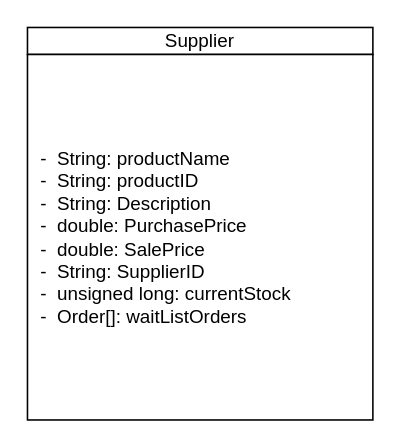
This is Project_1/Class_Diagrams/Supplier Class Diagram.drawio from chrismd2/CSci-430-Group-11, a draw.io file, before an edit. Source tidied: cells renumbered, new cells numbered last; positions are measured from the earlier drawing's top-left corner, leaving out a move shared by most shapes. Both pictures are drawn from the tidied source at 157%, with x=0, y=0 at pixel (27, 27).
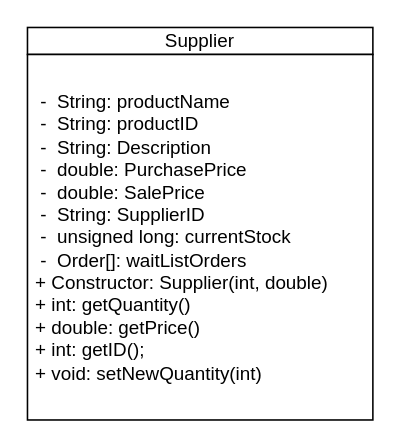
Above is the later version.

The edit, as a diff of the source:
```diff
@@
 <mxGraphModel>
   <root>
     <mxCell id="0" />
     <mxCell id="1" parent="0" />
     <mxCell id="2" value="-" style="group;" parent="1" vertex="1">
       <mxGeometry width="220" height="250" as="geometry" />
     </mxCell>
     <mxCell id="3" value="Supplier" style="text;html=1;align=center;verticalAlign=middle;whiteSpace=wrap;rounded=0;strokeColor=#000000;fillColor=#ffffff;" parent="2" vertex="1">
       <mxGeometry width="220" height="17.2" as="geometry" />
     </mxCell>
-    <mxCell id="4" value="&amp;nbsp; -&amp;nbsp; String: productName&lt;br&gt;&amp;nbsp; -&amp;nbsp; String: productID&lt;br&gt;&amp;nbsp; -&amp;nbsp; String: Description&lt;br&gt;&amp;nbsp; -&amp;nbsp; double: PurchasePrice&lt;br&gt;&amp;nbsp; -&amp;nbsp; double: SalePrice&lt;br&gt;&amp;nbsp; -&amp;nbsp; String: SupplierID&lt;br&gt;&amp;nbsp; -&amp;nbsp; unsigned long: currentStock&lt;br&gt;&amp;nbsp; -&amp;nbsp; Order[]: waitListOrders" style="text;html=1;align=left;verticalAlign=middle;whiteSpace=wrap;rounded=0;strokeColor=#000000;fillColor=#ffffff;" parent="2" vertex="1">
+    <mxCell id="4" value="&amp;nbsp; -&amp;nbsp; String: productName&lt;br&gt;&amp;nbsp; -&amp;nbsp; String: productID&lt;br&gt;&amp;nbsp; -&amp;nbsp; String: Description&lt;br&gt;&amp;nbsp; -&amp;nbsp; double: PurchasePrice&lt;br&gt;&amp;nbsp; -&amp;nbsp; double: SalePrice&lt;br&gt;&amp;nbsp; -&amp;nbsp; String: SupplierID&lt;br&gt;&amp;nbsp; -&amp;nbsp; unsigned long: currentStock&lt;br&gt;&amp;nbsp; -&amp;nbsp; Order[]: waitListOrders&lt;br&gt;&amp;nbsp;+ Constructor: Supplier(int, double)&lt;br&gt;&amp;nbsp;+ int: getQuantity()&lt;br&gt;&amp;nbsp;+ double: getPrice()&lt;br&gt;&amp;nbsp;+ int: getID();&lt;br&gt;&amp;nbsp;+ void: setNewQuantity(int)" style="text;html=1;align=left;verticalAlign=middle;whiteSpace=wrap;rounded=0;strokeColor=#000000;fillColor=#ffffff;" parent="2" vertex="1">
       <mxGeometry y="17.2" width="220" height="232.8" as="geometry" />
     </mxCell>
   </root>
 </mxGraphModel>
```
